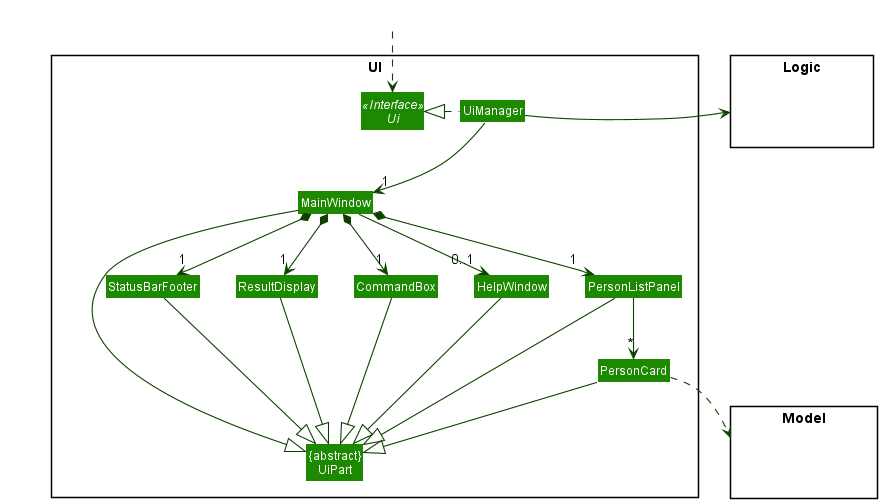
Earlier version of the PlantUML export docs/images/UiClassDiagram.png (sheehui/tp). Its source is kept beside it as docs/diagrams/UiClassDiagram.puml.
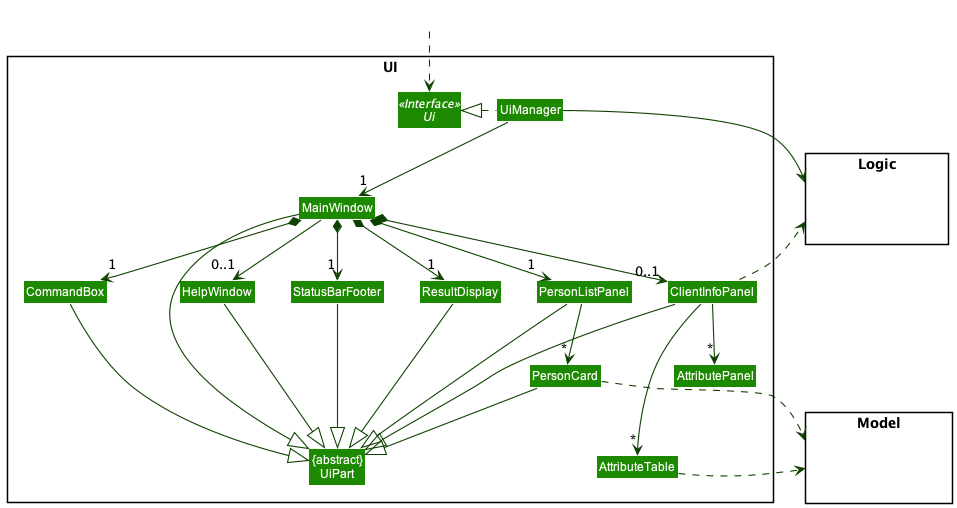
Later version of the same file.

Diff of the diagram source:
```diff
@@ -15,6 +15,9 @@
 Class PersonCard
 Class StatusBarFooter
 Class CommandBox
+Class ClientInfoPanel
+Class AttributePanel
+Class AttributeTable
 }
 
 package Model <<Rectangle>> {
@@ -35,8 +38,12 @@
 MainWindow *-down-> "1" PersonListPanel
 MainWindow *-down-> "1" StatusBarFooter
 MainWindow --> "0..1" HelpWindow
+MainWindow *--> "0..1" ClientInfoPanel
 
 PersonListPanel -down-> "*" PersonCard
+
+ClientInfoPanel --> "*" AttributeTable
+ClientInfoPanel --> "*" AttributePanel
 
 MainWindow -left-|> UiPart
 
@@ -46,14 +53,24 @@
 PersonCard --|> UiPart
 StatusBarFooter --|> UiPart
 HelpWindow --|> UiPart
+ClientInfoPanel --|> UiPart
 
 PersonCard ..> Model
 UiManager -right-> Logic
+ClientInfoPanel .right.> Logic
+AttributeTable ..> Model
 
+Model -[hidden]left- ClientInfoPanel
+Model -[hidden]down- AttributePanel
+ClientInfoPanel -[hidden]left- PersonListPanel
 PersonListPanel -[hidden]left- HelpWindow
+PersonListPanel -[hidden]up- Logic
 HelpWindow -[hidden]left- CommandBox
 CommandBox -[hidden]left- ResultDisplay
 ResultDisplay -[hidden]left- StatusBarFooter
+PersonCard -[hidden]right- AttributePanel
+PersonCard -[hidden]down- AttributePanel
+PersonCard -[hidden]down- AttributeTable
 
 MainWindow -[hidden]-|> UiPart
 @enduml
```
